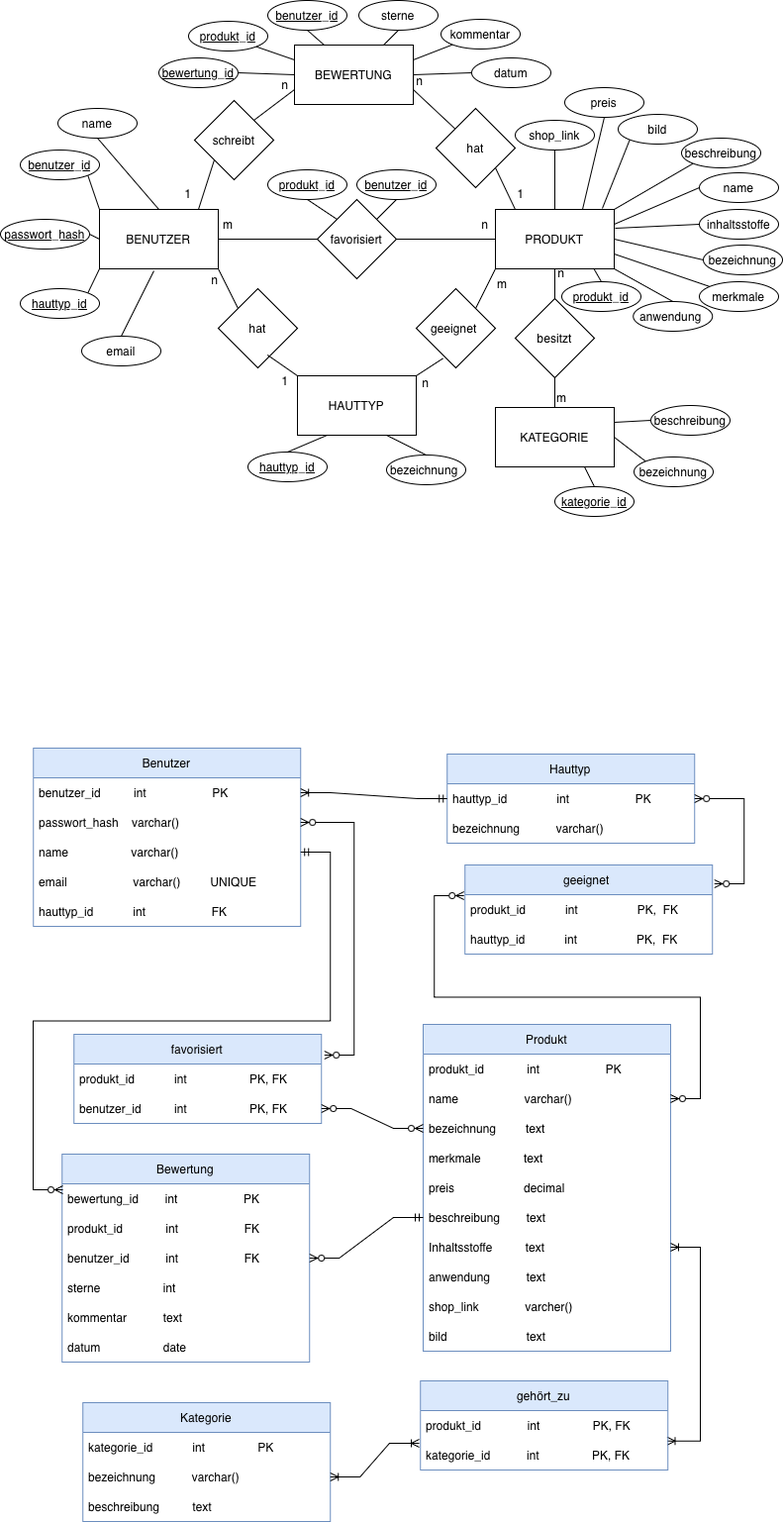
The draw.io diagram docs/assets/images/data-model.png in Tiberja/SkinSense, before a commit. Source tidied: cells renumbered, new cells last; positions are measured from the earlier drawing's top-left corner, leaving out a move shared by most shapes.
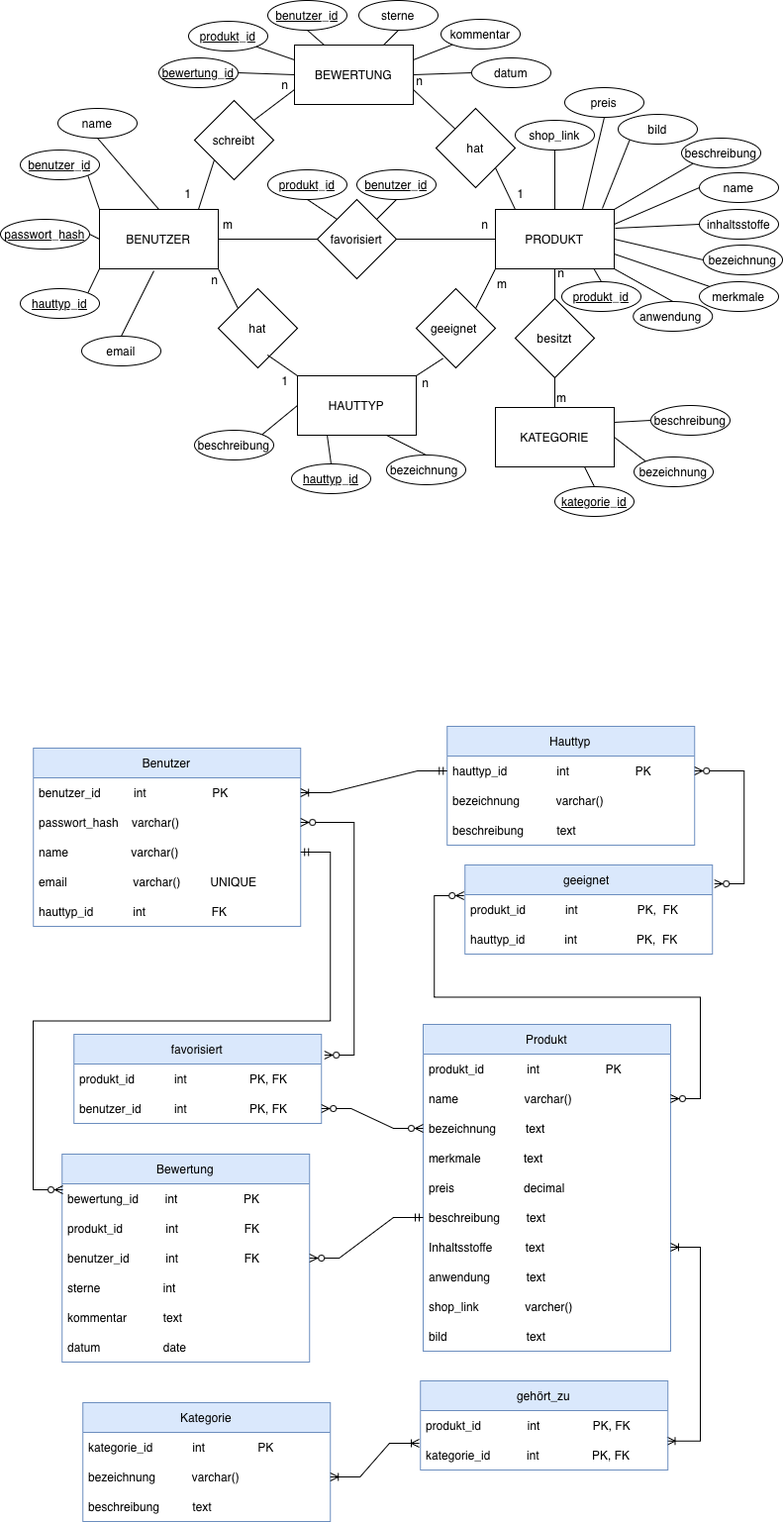
Later version of the same file.

Change to the diagram source:
```diff
@@ -72,7 +72,7 @@
       <mxGeometry x="390" y="459" width="80" height="30" as="geometry" />
     </mxCell>
     <mxCell id="25" value="&lt;u&gt;hauttyp_id&lt;/u&gt;" style="ellipse;whiteSpace=wrap;html=1;fontSize=12;" parent="1" vertex="1">
-      <mxGeometry x="250" y="456" width="80" height="30" as="geometry" />
+      <mxGeometry x="294" y="468" width="80" height="30" as="geometry" />
     </mxCell>
     <mxCell id="26" value="&lt;u&gt;produkt_id&lt;/u&gt;" style="ellipse;whiteSpace=wrap;html=1;fontSize=12;" parent="1" vertex="1">
       <mxGeometry x="567" y="284" width="80" height="30" as="geometry" />
@@ -196,7 +196,7 @@
       <mxGeometry y="300" width="250" height="30" as="geometry" />
     </mxCell>
     <mxCell id="65" value="Hauttyp" style="swimlane;fontStyle=0;horizontal=1;startSize=30;whiteSpace=wrap;html=1;fillColor=#dae8fc;strokeColor=#6c8ebf;" parent="1" vertex="1">
-      <mxGeometry x="451.2" y="761" width="250" height="90" as="geometry" />
+      <mxGeometry x="451.2" y="733" width="250" height="120" as="geometry" />
     </mxCell>
     <mxCell id="66" value="hauttyp_id &amp;nbsp; &amp;nbsp; &amp;nbsp; &amp;nbsp; &amp;nbsp; &amp;nbsp; &amp;nbsp; int &amp;nbsp; &amp;nbsp; &amp;nbsp; &amp;nbsp; &amp;nbsp; &amp;nbsp; &amp;nbsp; &amp;nbsp; &amp;nbsp; &amp;nbsp;PK" style="text;strokeColor=none;fillColor=none;align=left;verticalAlign=middle;spacingLeft=4;spacingRight=4;overflow=hidden;points=[[0,0.5],[1,0.5]];portConstraint=eastwest;whiteSpace=wrap;html=1;" parent="65" vertex="1">
       <mxGeometry y="30" width="250" height="30" as="geometry" />
@@ -204,6 +204,9 @@
     <mxCell id="67" value="bezeichnung &amp;nbsp; &amp;nbsp; &amp;nbsp; &amp;nbsp; &amp;nbsp; varchar()" style="text;strokeColor=none;fillColor=none;align=left;verticalAlign=middle;spacingLeft=4;spacingRight=4;overflow=hidden;whiteSpace=wrap;html=1;" parent="65" vertex="1">
       <mxGeometry y="60" width="250" height="30" as="geometry" />
     </mxCell>
+    <mxCell id="142" value="beschreibung &amp;nbsp; &amp;nbsp; &amp;nbsp; &amp;nbsp; &amp;nbsp;text" style="text;strokeColor=none;fillColor=none;align=left;verticalAlign=middle;spacingLeft=4;spacingRight=4;overflow=hidden;whiteSpace=wrap;html=1;" parent="65" vertex="1">
+      <mxGeometry y="90" width="250" height="30" as="geometry" />
+    </mxCell>
     <mxCell id="68" value="favorisiert" style="swimlane;fontStyle=0;horizontal=1;startSize=30;whiteSpace=wrap;html=1;fillColor=#dae8fc;strokeColor=#6c8ebf;" parent="1" vertex="1">
       <mxGeometry x="74.2" y="1044" width="250" height="90" as="geometry" />
     </mxCell>
@@ -436,5 +439,13 @@
     <mxCell id="141" style="endArrow=none;html=1;rounded=0;exitX=1;exitY=0.75;exitDx=0;exitDy=0;" parent="1" edge="1" source="3" target="138">
       <mxGeometry relative="1" as="geometry" />
     </mxCell>
+    <mxCell id="143" value="beschreibung" style="ellipse;whiteSpace=wrap;html=1;fontSize=12;" parent="1" vertex="1">
+      <mxGeometry x="196" y="434" width="80" height="30" as="geometry" />
+    </mxCell>
+    <mxCell id="144" style="endArrow=none;html=1;rounded=0;exitX=1;exitY=0;exitDx=0;exitDy=0;" parent="1" edge="1" source="143">
+      <mxGeometry relative="1" as="geometry">
+        <mxPoint x="300" y="409" as="targetPoint" />
+      </mxGeometry>
+    </mxCell>
   </root>
 </mxGraphModel>
```
